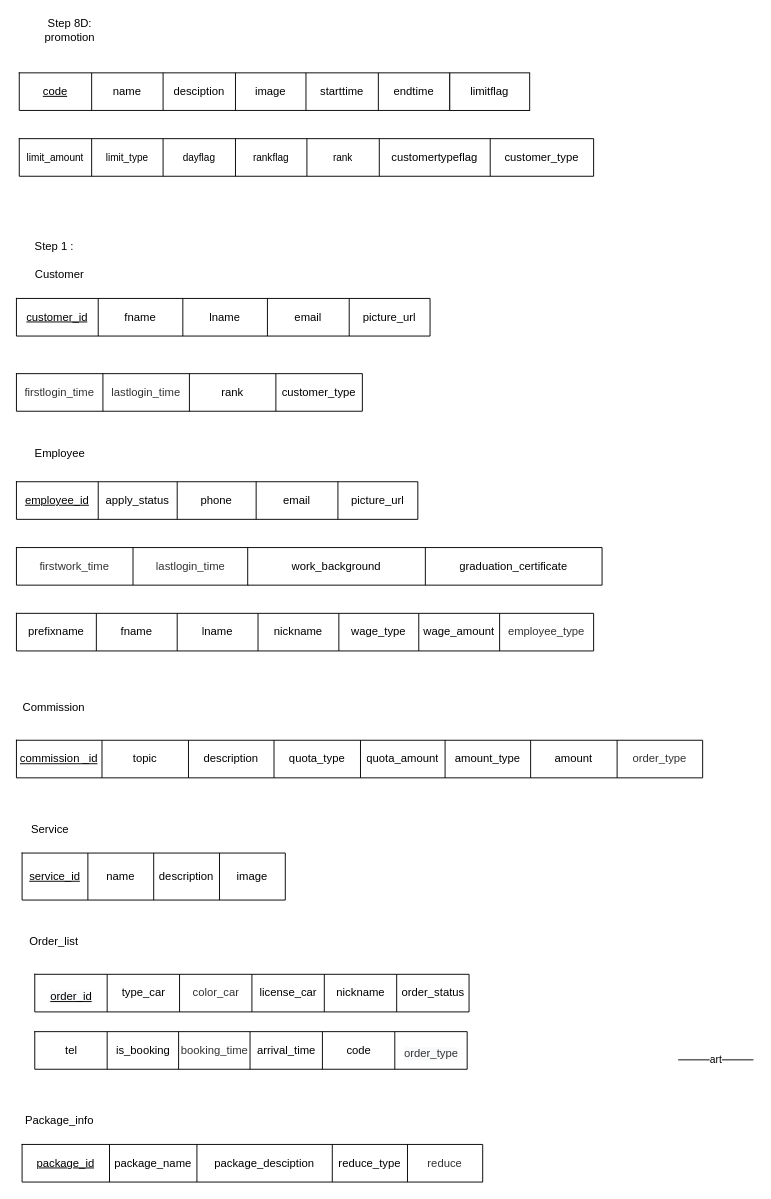
Before: page "Step_P1" (2 of 7) of carcare.drawio in jarawin/carcare, a draw.io diagram. Source tidied: cells renumbered, new cells numbered last; positions are measured from the earlier drawing's top-left corner, leaving out a move shared by most shapes. Both pictures are drawn from the tidied source at 94%, with x=0, y=0 at pixel (16, 16).
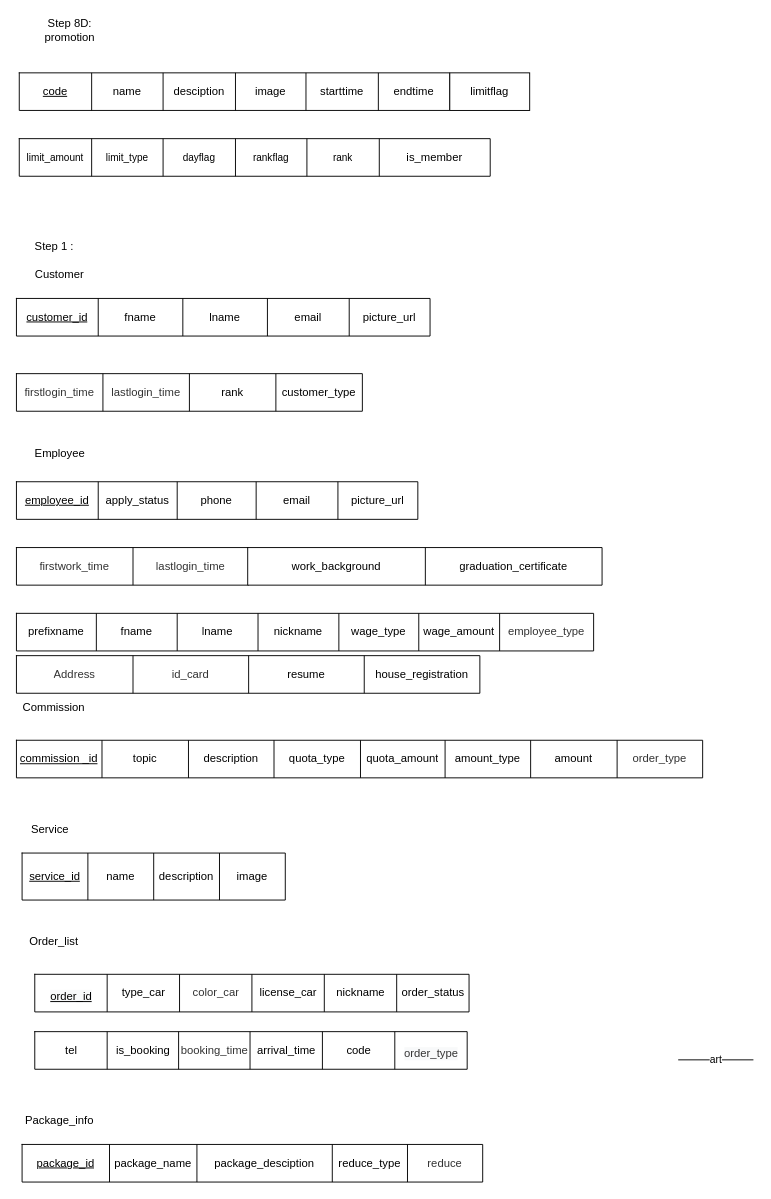
Above is the later version.

What changed in the source:
```diff
@@
     <mxCell id="11" style="shape=table;startSize=0;childLayout=tableLayout;strokeColor=default;fontFamily=Helvetica;fontSize=12;fontColor=default;fillColor=default;html=1;" parent="1" vertex="1">
-      <mxGeometry x="3" y="130" width="611" height="40" as="geometry" />
+      <mxGeometry x="3" y="130" width="501" height="40" as="geometry" />
     </mxCell>
     <mxCell id="12" style="shape=tableRow;horizontal=0;startSize=0;swimlaneHead=0;swimlaneBody=0;top=0;left=0;bottom=0;right=0;fillColor=none;strokeColor=default;fontFamily=Helvetica;fontSize=12;fontColor=default;html=1;" parent="11" vertex="1">
-      <mxGeometry width="611" height="40" as="geometry" />
+      <mxGeometry width="501" height="40" as="geometry" />
     </mxCell>
@@
-    <mxCell id="18" value="customertypeflag" style="shape=partialRectangle;html=1;whiteSpace=wrap;overflow=hidden;fillColor=none;top=0;left=0;bottom=0;right=0;strokeColor=default;fontFamily=Helvetica;fontSize=12;fontColor=default;startSize=0;" parent="12" vertex="1">
+    <mxCell id="18" value="is_member" style="shape=partialRectangle;html=1;whiteSpace=wrap;overflow=hidden;fillColor=none;top=0;left=0;bottom=0;right=0;strokeColor=default;fontFamily=Helvetica;fontSize=12;fontColor=default;startSize=0;" parent="12" vertex="1">
       <mxGeometry x="383" width="118" height="40" as="geometry" />
     </mxCell>
-    <mxCell id="19" value="customer_type" style="shape=partialRectangle;html=1;whiteSpace=wrap;overflow=hidden;fillColor=none;top=0;left=0;bottom=0;right=0;strokeColor=default;fontFamily=Helvetica;fontSize=12;fontColor=default;startSize=0;" parent="12" vertex="1">
-      <mxGeometry x="501" width="110" height="40" as="geometry" />
-    </mxCell>
@@
+    <mxCell id="105" style="shape=table;startSize=0;childLayout=tableLayout;strokeColor=default;fontFamily=Helvetica;fontSize=12;fontColor=default;fillColor=default;html=1;" parent="1" vertex="1">
+      <mxGeometry y="680" width="493" height="40" as="geometry" />
+    </mxCell>
+    <mxCell id="106" style="shape=tableRow;horizontal=0;startSize=0;swimlaneHead=0;swimlaneBody=0;top=0;left=0;bottom=0;right=0;fillColor=none;strokeColor=default;fontFamily=Helvetica;fontSize=12;fontColor=default;html=1;" parent="105" vertex="1">
+      <mxGeometry width="493" height="40" as="geometry" />
+    </mxCell>
+    <mxCell id="107" value="&lt;div style=&quot;text-align: start;&quot;&gt;&lt;span style=&quot;background-color: initial;&quot;&gt;&lt;font face=&quot;Arial&quot; color=&quot;#333333&quot;&gt;Address&lt;/font&gt;&lt;/span&gt;&lt;/div&gt;" style="shape=partialRectangle;html=1;whiteSpace=wrap;overflow=hidden;fillColor=none;top=0;left=0;bottom=0;right=0;strokeColor=default;fontFamily=Helvetica;fontSize=12;fontColor=default;startSize=0;" parent="106" vertex="1">
+      <mxGeometry width="124" height="40" as="geometry" />
+    </mxCell>
+    <mxCell id="108" value="&lt;div style=&quot;text-align: start;&quot;&gt;&lt;span style=&quot;background-color: initial;&quot;&gt;&lt;font face=&quot;Arial&quot; color=&quot;#333333&quot;&gt;id_card&lt;/font&gt;&lt;/span&gt;&lt;/div&gt;" style="shape=partialRectangle;html=1;whiteSpace=wrap;overflow=hidden;fillColor=none;top=0;left=0;bottom=0;right=0;strokeColor=default;fontFamily=Helvetica;fontSize=12;fontColor=default;startSize=0;" parent="106" vertex="1">
+      <mxGeometry x="124" width="123" height="40" as="geometry" />
+    </mxCell>
+    <mxCell id="109" value="resume" style="shape=partialRectangle;html=1;whiteSpace=wrap;overflow=hidden;fillColor=none;top=0;left=0;bottom=0;right=0;strokeColor=default;fontFamily=Helvetica;fontSize=12;fontColor=default;startSize=0;" parent="106" vertex="1">
+      <mxGeometry x="247" width="123" height="40" as="geometry" />
+    </mxCell>
+    <mxCell id="110" value="house_registration" style="shape=partialRectangle;html=1;whiteSpace=wrap;overflow=hidden;fillColor=none;top=0;left=0;bottom=0;right=0;strokeColor=default;fontFamily=Helvetica;fontSize=12;fontColor=default;startSize=0;" parent="106" vertex="1">
+      <mxGeometry x="370" width="123" height="40" as="geometry" />
+    </mxCell>
```
